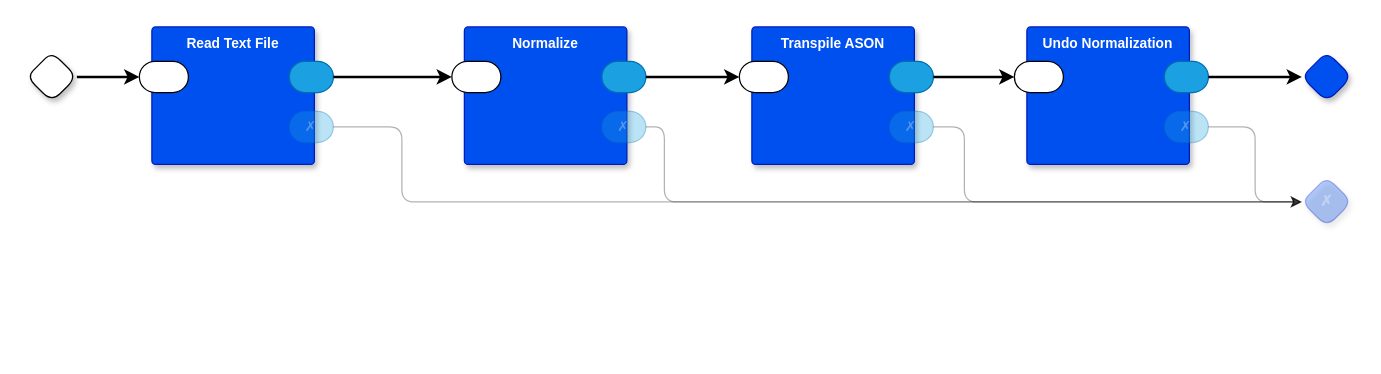
The draw.io diagram page "main" (1 of 5) of ason.drawio in guitarvydas/ason, before the edit. Source tidied: cells renumbered, new cells numbered last; positions are measured from the earlier drawing's top-left corner, leaving out a move shared by most shapes. Both pictures are drawn from the tidied source at 125%, with x=0, y=0 at pixel (26, 26).
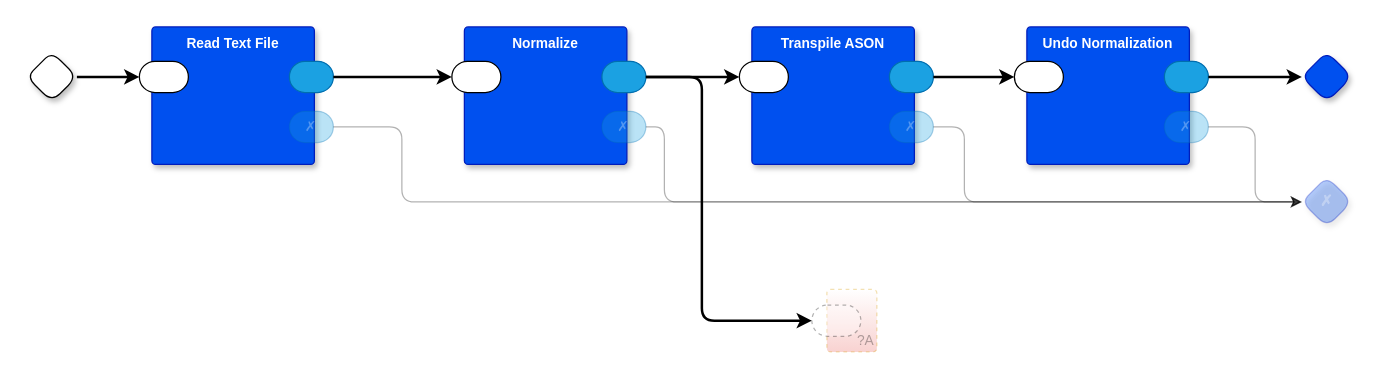
The same diagram, later.

The change refers to these unchanged cells:
```xml
<mxCell id="20" style="rounded=1;whiteSpace=wrap;html=1;sketch=0;points=[[0,0.5,0,0,0],[1,0.5,0,0,0]];fillColor=#1ba1e2;fontColor=#ffffff;strokeColor=#006EAF;arcSize=50;fontFamily=Helvetica;fontSize=11;" parent="18" vertex="1">
  <mxGeometry x="110" y="27.5" width="35.2" height="25" as="geometry" />
</mxCell>
```

Change to the diagram source:
```diff
@@
+    <mxCell id="30" value="?A" style="rounded=1;whiteSpace=wrap;html=1;sketch=0;verticalAlign=bottom;arcSize=6;fontStyle=0;absoluteArcSize=1;shadow=0;strokeColor=#d79b00;fillColor=#FFFFFF;fontFamily=Helvetica;fontSize=11;dashed=1;opacity=30;align=right;textOpacity=30;gradientColor=#EA6B66;fontColor=default;" parent="1" vertex="1">
+      <mxGeometry x="640" y="210" width="40" height="50" as="geometry" />
+    </mxCell>
+    <mxCell id="31" style="rounded=1;whiteSpace=wrap;html=1;sketch=0;points=[[0,0.5,0,0,0],[1,0.5,0,0,0]];arcSize=50;fontFamily=Helvetica;fontSize=11;fontColor=default;dashed=1;textOpacity=50;opacity=30;fontStyle=0;" parent="30" vertex="1">
+      <mxGeometry x="-12" y="12.5" width="39.2" height="25" as="geometry" />
+    </mxCell>
+    <mxCell id="32" style="edgeStyle=orthogonalEdgeStyle;shape=connector;curved=0;rounded=1;jettySize=auto;html=1;exitX=1;exitY=0.5;exitDx=0;exitDy=0;exitPerimeter=0;labelBackgroundColor=default;strokeColor=default;strokeWidth=2;align=center;verticalAlign=middle;fontFamily=Helvetica;fontSize=11;fontColor=default;endArrow=classic;entryX=0;entryY=0.5;entryDx=0;entryDy=0;entryPerimeter=0;" parent="1" edge="1" source="20" target="31">
+      <mxGeometry relative="1" as="geometry">
+        <Array as="points">
+          <mxPoint x="540" y="40" />
+          <mxPoint x="540" y="235" />
+        </Array>
+      </mxGeometry>
+    </mxCell>
```
